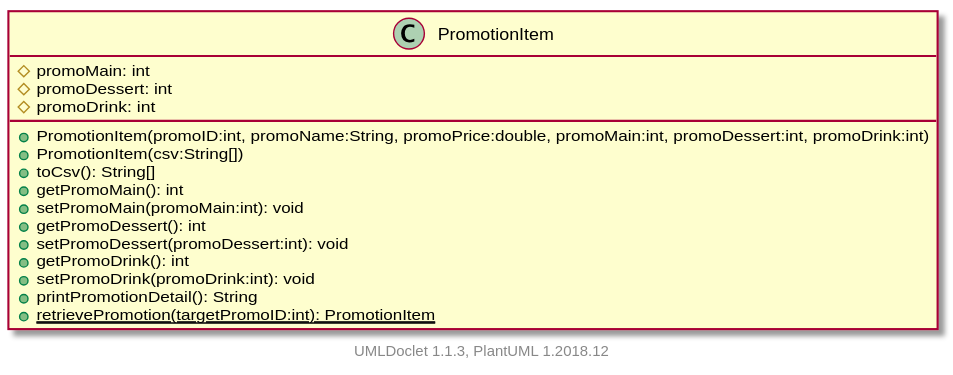
Above: projects/oodp/html/umlversion/uml/sg.edu.ntu.scse.cz2002.objects.restaurantItem.PromotionItem.svg in itachi1706/How-to-use-Git-NTUSCSE1819-Site (PlantUML), before the change.
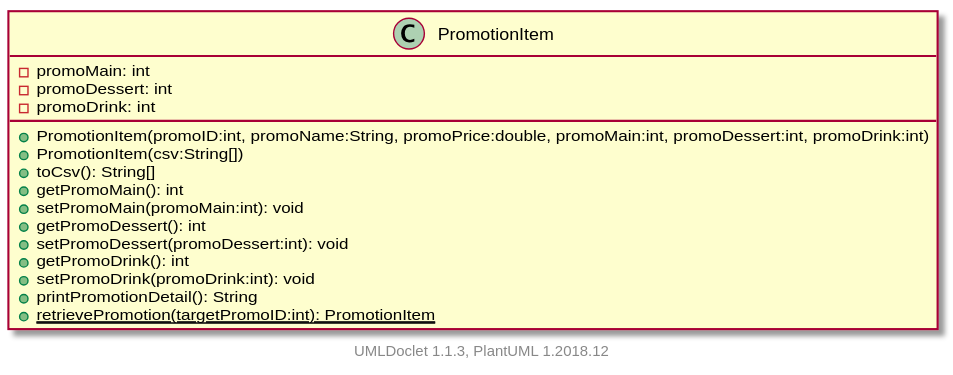
The same file after the commit.

The edit, as a diff of the source:
```diff
@@ -1,9 +1,9 @@
 @startuml
 
     class PromotionItem [[../sg/edu/ntu/scse/cz2002/objects/restaurantItem/PromotionItem.html]] {
-        #promoMain: int
-        #promoDessert: int
-        #promoDrink: int
+        -promoMain: int
+        -promoDessert: int
+        -promoDrink: int
         +PromotionItem(promoID:int, promoName:String, promoPrice:double, promoMain:int, promoDessert:int, promoDrink:int)
         +PromotionItem(csv:String[])
         +toCsv(): String[]
```
